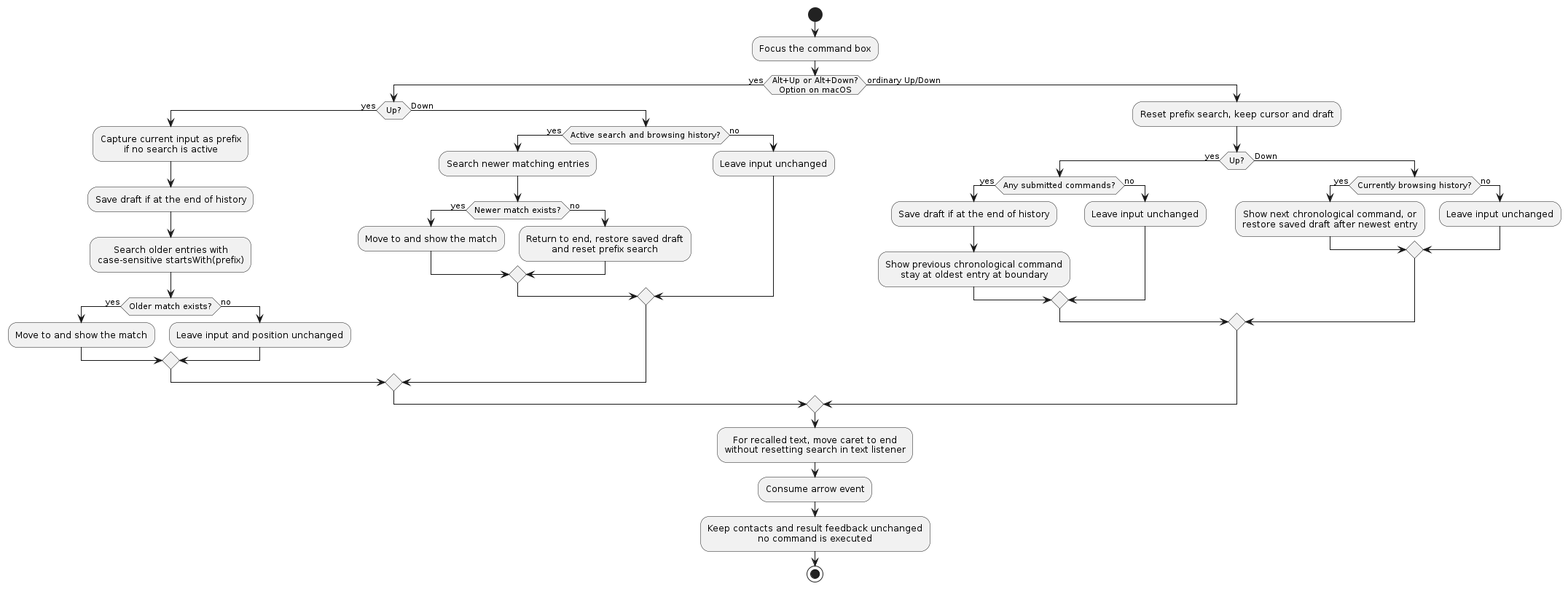
Before: diagrams/CommandHistoryActivityDiagram.png, a diagram exported from PlantUML (AY2627S1-CS2103T-F15-3/tp). Its source is kept beside it as diagrams/CommandHistoryActivityDiagram.puml.
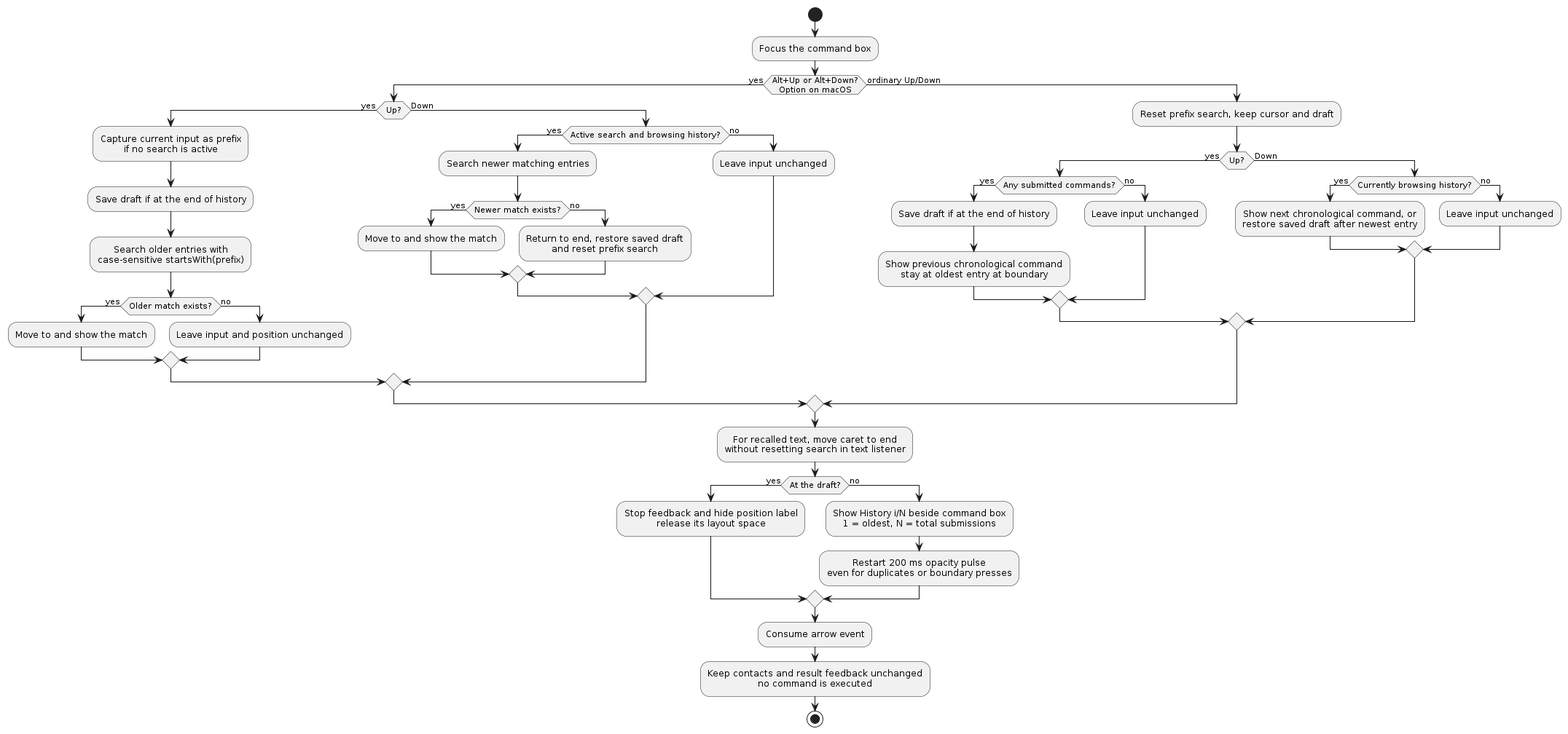
After the commit.

What changed in the source:
```diff
@@ -43,6 +43,15 @@
   endif
 endif
 :For recalled text, move caret to end\nwithout resetting search in text listener;
+if (At the draft?) then (yes)
+  :Stop feedback and hide position label
+release its layout space;
+else (no)
+  :Show History i/N beside command box
+1 = oldest, N = total submissions;
+  :Restart 200 ms opacity pulse
+even for duplicates or boundary presses;
+endif
 :Consume arrow event;
 :Keep contacts and result feedback unchanged\nno command is executed;
 stop
```
